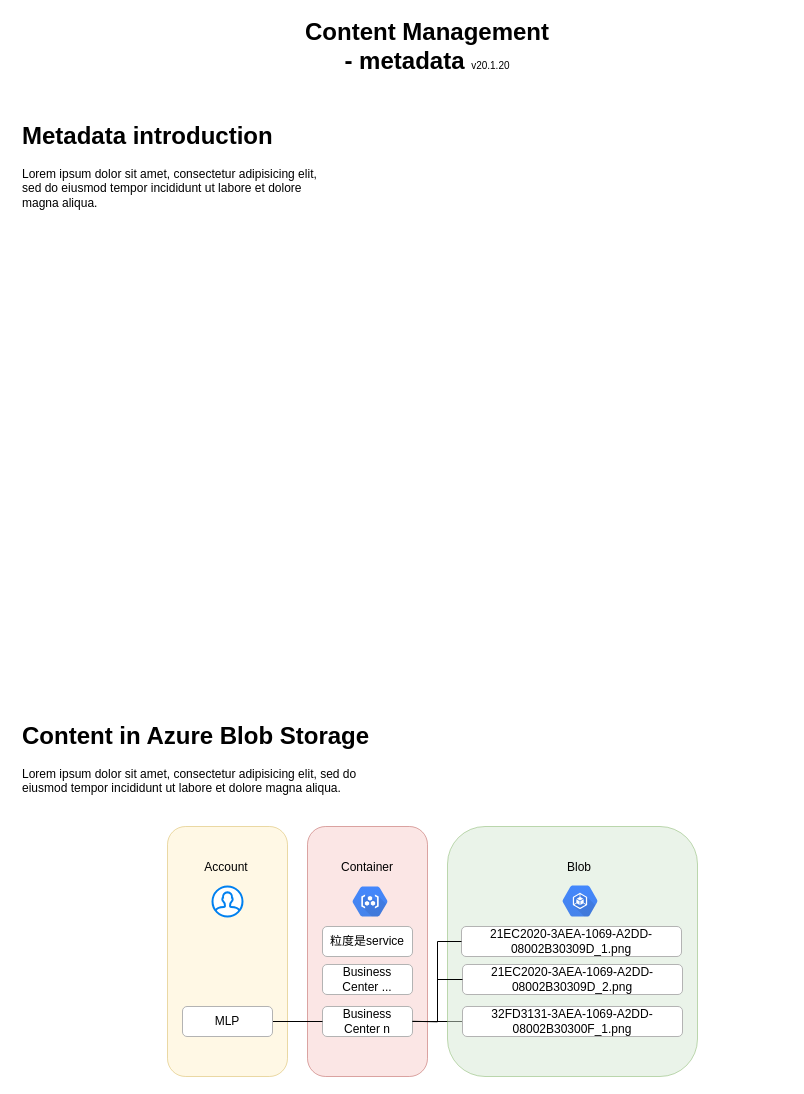
The draw.io diagram page "Content Metadata" (2 of 3) of Mid Layer Platform Content Business Flow.drawio in sotheair/designs, before the edit. Source tidied: cells renumbered, new cells numbered last; positions are measured from the earlier drawing's top-left corner, leaving out a move shared by most shapes. Both pictures are drawn from the tidied source at 100%, with x=0, y=0 at pixel (17, 36).
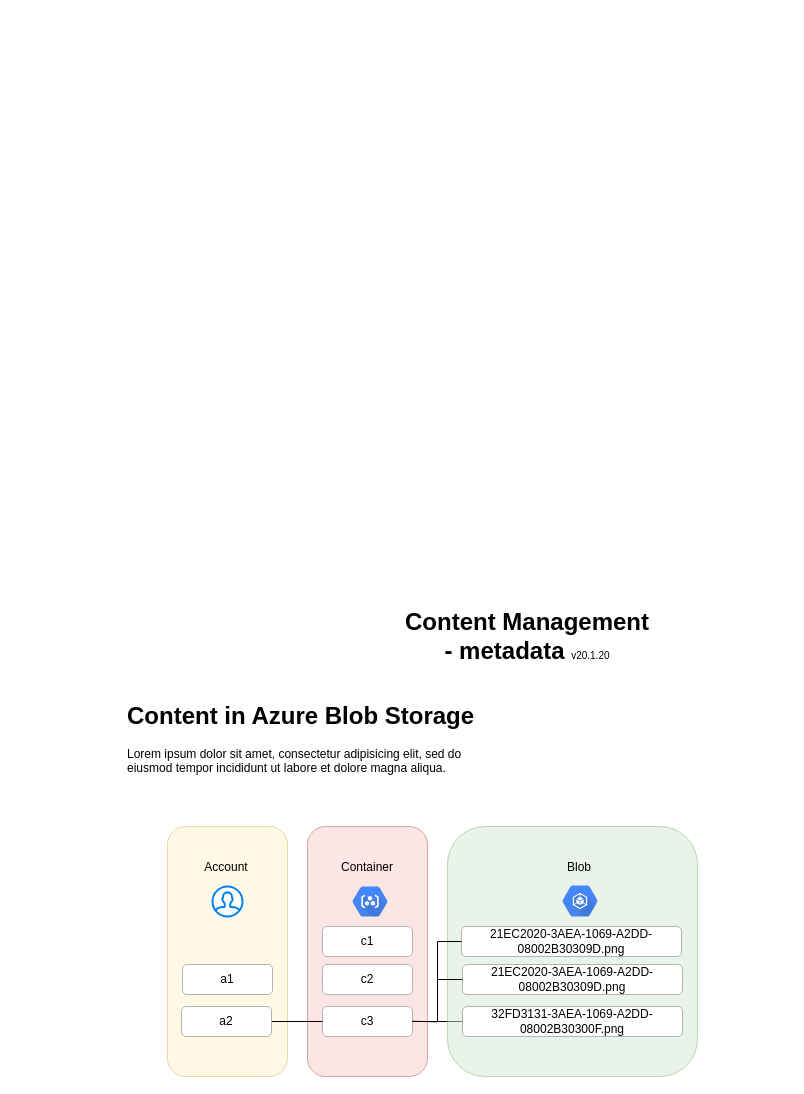
After the change.

The edit, as a diff of the source:
```diff
@@
     <mxCell id="2" value="&lt;font&gt;&lt;span style=&quot;font-weight: bold ; font-size: 24px&quot;&gt;Content Management&lt;/span&gt;&lt;br&gt;&lt;span style=&quot;font-weight: bold ; font-size: 24px&quot;&gt;- metadata&amp;nbsp;&lt;/span&gt;&lt;font style=&quot;font-size: 10px&quot;&gt;v20.1.20&lt;/font&gt;&lt;br&gt;&lt;/font&gt;" style="text;html=1;strokeColor=none;fillColor=none;align=center;verticalAlign=middle;whiteSpace=wrap;rounded=0;" parent="1" vertex="1">
-      <mxGeometry x="150" width="520" height="20" as="geometry" />
+      <mxGeometry x="250" y="590" width="520" height="20" as="geometry" />
     </mxCell>
-    <mxCell id="3" value="&lt;h1&gt;Metadata introduction&lt;/h1&gt;&lt;p&gt;Lorem ipsum dolor sit amet, consectetur adipisicing elit, sed do eiusmod tempor incididunt ut labore et dolore magna aliqua.&lt;/p&gt;" style="text;html=1;strokeColor=none;fillColor=none;spacing=5;spacingTop=-20;whiteSpace=wrap;overflow=hidden;rounded=0;" parent="1" vertex="1">
-      <mxGeometry y="80" width="320" height="100" as="geometry" />
-    </mxCell>
     <mxCell id="4" value="&lt;h1&gt;Content in Azure Blob Storage&lt;/h1&gt;&lt;p&gt;Lorem ipsum dolor sit amet, consectetur adipisicing elit, sed do eiusmod tempor incididunt ut labore et dolore magna aliqua.&lt;/p&gt;" style="text;html=1;strokeColor=none;fillColor=none;spacing=5;spacingTop=-20;whiteSpace=wrap;overflow=hidden;rounded=0;" parent="1" vertex="1">
-      <mxGeometry y="680" width="390" height="100" as="geometry" />
+      <mxGeometry x="105" y="660" width="390" height="100" as="geometry" />
     </mxCell>
@@
-    <mxCell id="11" value="粒度是service" style="rounded=1;whiteSpace=wrap;html=1;strokeColor=#B3B3B3;" parent="1" vertex="1">
+    <mxCell id="11" value="c1" style="rounded=1;whiteSpace=wrap;html=1;strokeColor=#B3B3B3;" parent="1" vertex="1">
       <mxGeometry x="305" y="890" width="90" height="30" as="geometry" />
     </mxCell>
-    <mxCell id="12" value="Business Center ..." style="rounded=1;whiteSpace=wrap;html=1;strokeColor=#B3B3B3;" parent="1" vertex="1">
+    <mxCell id="12" value="c2" style="rounded=1;whiteSpace=wrap;html=1;strokeColor=#B3B3B3;" parent="1" vertex="1">
       <mxGeometry x="305" y="928" width="90" height="30" as="geometry" />
     </mxCell>
@@
-    <mxCell id="14" value="Business Center n" style="rounded=1;whiteSpace=wrap;html=1;strokeColor=#B3B3B3;" parent="1" vertex="1">
+    <mxCell id="14" value="c3" style="rounded=1;whiteSpace=wrap;html=1;strokeColor=#B3B3B3;" parent="1" vertex="1">
       <mxGeometry x="305" y="970" width="90" height="30" as="geometry" />
     </mxCell>
@@
-    <mxCell id="18" value="21EC2020-3AEA-1069-A2DD-08002B30309D_1.png" style="rounded=1;whiteSpace=wrap;html=1;strokeColor=#B3B3B3;" parent="1" vertex="1">
+    <mxCell id="18" value="21EC2020-3AEA-1069-A2DD-08002B30309D.png" style="rounded=1;whiteSpace=wrap;html=1;strokeColor=#B3B3B3;" parent="1" vertex="1">
       <mxGeometry x="444" y="890" width="220" height="30" as="geometry" />
     </mxCell>
-    <mxCell id="19" value="21EC2020-3AEA-1069-A2DD-08002B30309D_2.png" style="rounded=1;whiteSpace=wrap;html=1;strokeColor=#B3B3B3;" parent="1" vertex="1">
+    <mxCell id="19" value="21EC2020-3AEA-1069-A2DD-08002B30309D.png" style="rounded=1;whiteSpace=wrap;html=1;strokeColor=#B3B3B3;" parent="1" vertex="1">
       <mxGeometry x="445" y="928" width="220" height="30" as="geometry" />
     </mxCell>
-    <mxCell id="20" value="32FD3131-3AEA-1069-A2DD-08002B30300F_1.png" style="rounded=1;whiteSpace=wrap;html=1;strokeColor=#B3B3B3;" parent="1" vertex="1">
+    <mxCell id="20" value="32FD3131-3AEA-1069-A2DD-08002B30300F.png" style="rounded=1;whiteSpace=wrap;html=1;strokeColor=#B3B3B3;" parent="1" vertex="1">
       <mxGeometry x="445" y="970" width="220" height="30" as="geometry" />
     </mxCell>
@@
-    <mxCell id="22" value="MLP" style="rounded=1;whiteSpace=wrap;html=1;strokeColor=#B3B3B3;" parent="1" vertex="1">
-      <mxGeometry x="165" y="970" width="90" height="30" as="geometry" />
+    <mxCell id="22" value="a2" style="rounded=1;whiteSpace=wrap;html=1;strokeColor=#B3B3B3;" parent="1" vertex="1">
+      <mxGeometry x="164" y="970" width="90" height="30" as="geometry" />
     </mxCell>
@@
+    <mxCell id="25" value="a1" style="rounded=1;whiteSpace=wrap;html=1;strokeColor=#B3B3B3;" parent="1" vertex="1">
+      <mxGeometry x="165" y="928" width="90" height="30" as="geometry" />
+    </mxCell>
```
